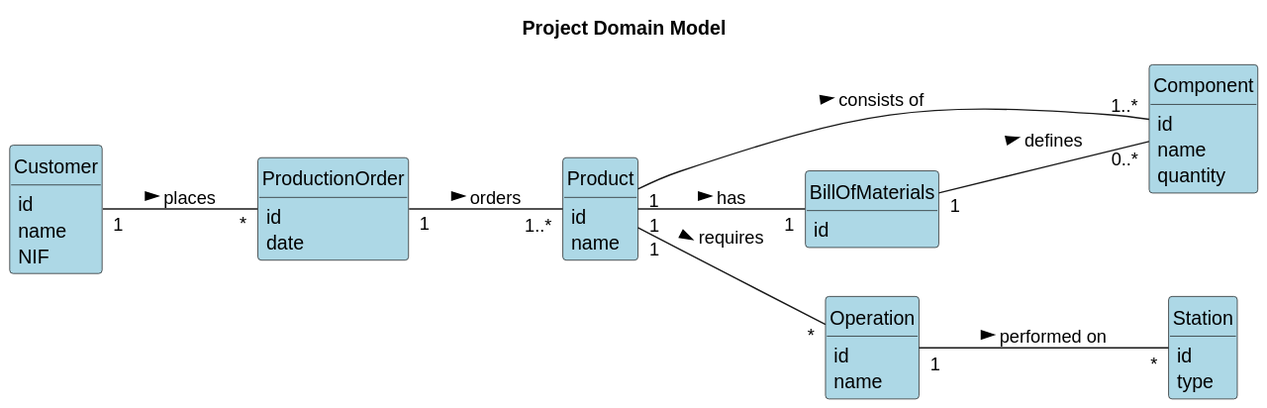
Before: others/documentation/global-artifacts/svg/domain-model-Project_Domain_Model.svg, a diagram exported from PlantUML (ricardomm7/buildflow).
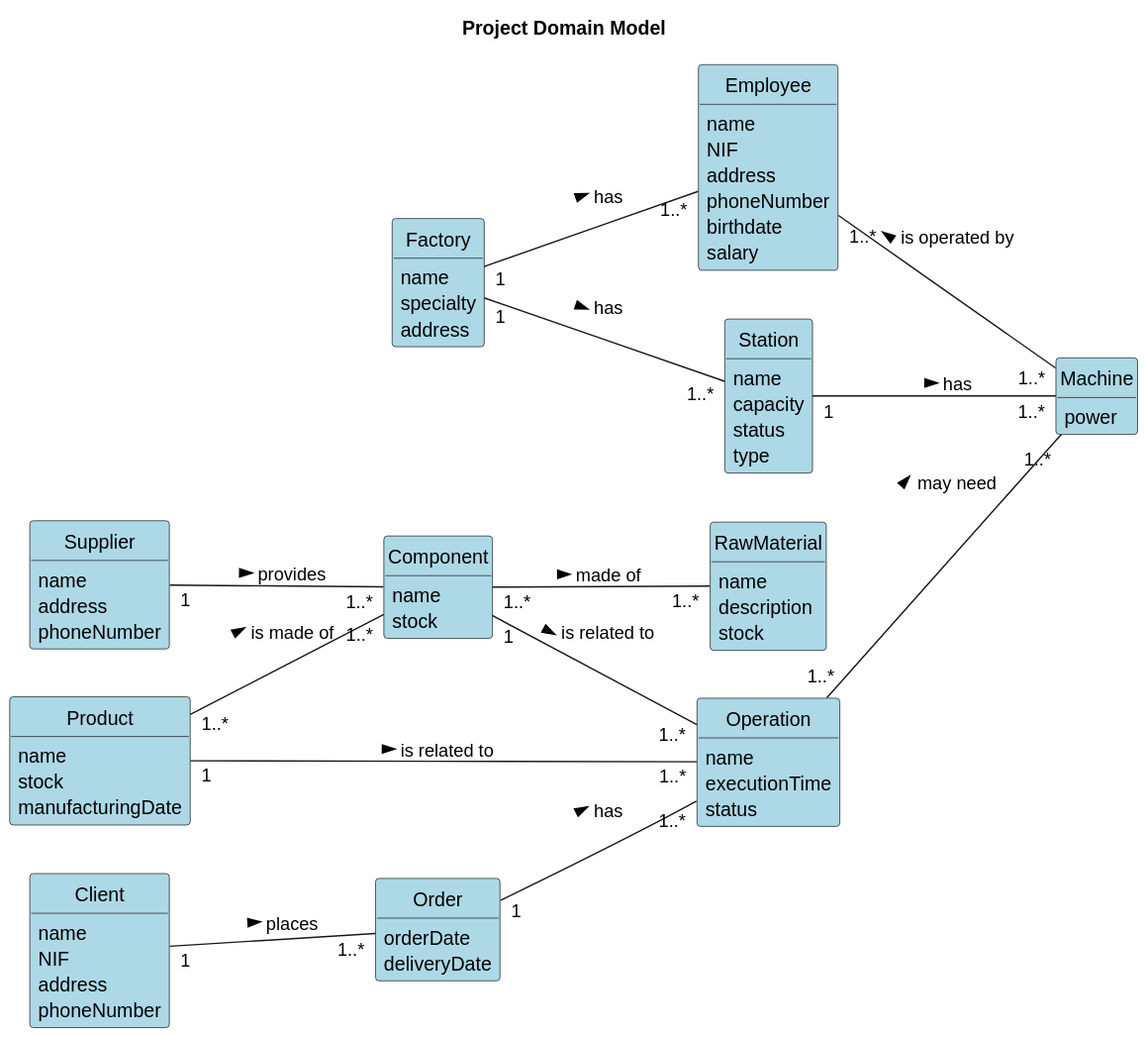
Later version of the same file.

Commit message:
Project domain model updated with more relations. #32 #97 #98 #99

What changed in the source:
```diff
@@ -9,49 +9,83 @@
 
 title Project Domain Model
 
+class Supplier {
+    name
+    address
+    phoneNumber
+}
+
+class RawMaterial {
+    name
+    description
+    stock
+}
+
 class Product {
-    id
     name
+    stock
+    manufacturingDate
 }
 
 class Component {
-    id
     name
-    quantity
+    stock
 }
 
-class BillOfMaterials {
-    id
+class Machine {
+    power
+}
+
+class Employee {
+    name
+    NIF
+    address
+    phoneNumber
+    birthdate
+    salary
 }
 
 class Operation {
-    id
     name
+    executionTime
+    status
 }
 
 class Station {
-    id
+    name
+    capacity
+    status
     type
 }
 
-class ProductionOrder {
-    id
-    date
+class Factory {
+    name
+    specialty
+    address
 }
 
-class Customer {
-    id
+class Order {
+    orderDate
+    deliveryDate
+}
+
+class Client {
     name
     NIF
+    address
+    phoneNumber
 }
 
-Product "1" -- "1..*" Component: consists of >
-Product "1" -- "1" BillOfMaterials: has >
-Product "1" -- "*" Operation: requires >
-
-BillOfMaterials "1" -- "0..*" Component: defines >
-Operation "1" -- "*" Station: performed on >
-ProductionOrder "1" -- "1..*" Product: orders >
-
-Customer "1" -- "*" ProductionOrder: places >
+Supplier "1" -- "1..*" Component: provides >
+Component "1..*" -- "1..*" RawMaterial: made of >
+Product "1..*" -- "1..*" Component : is made of >
+Component "1" -- "1..*" Operation : is related to >
+Product "1" -- "1..*" Operation : is related to >
+Order "1" -- "1..*" Operation : has >
+Client "1" -- "1..*" Order : places >
+Operation "1..*" -- "1..*" Machine : may need >
+Employee "1..*" -- "1..*" Machine : is operated by <
+Station "1" -- "1..*" Machine : has >
+Factory "1" -- "1..*" Station : has >
+Factory "1" -- "1..*" Employee : has >
 @enduml
```
